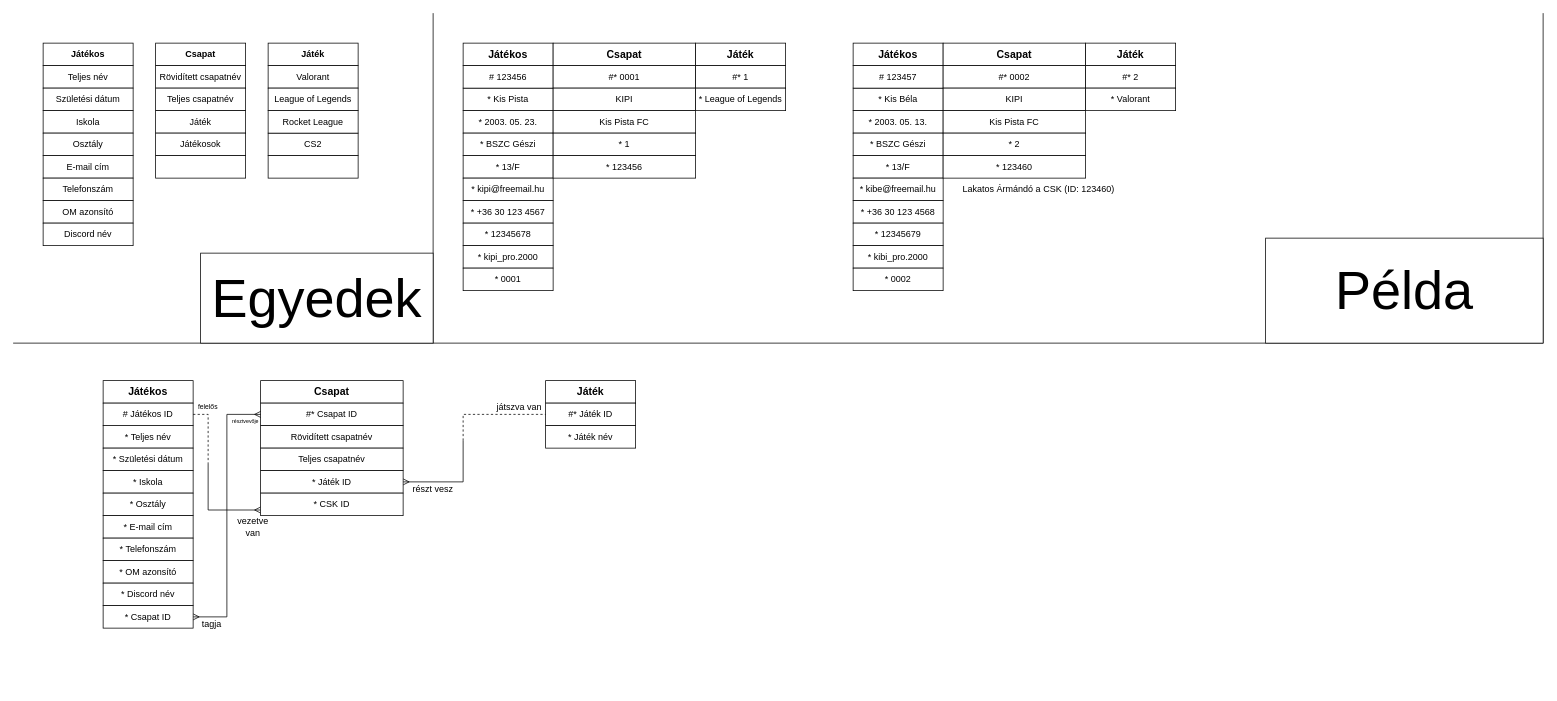
Above: Ötletek/egyedtipus_projekt.drawio in pofferencs/projekt_eslm (draw.io), before the change. Source tidied: cells renumbered, new cells numbered last; positions are measured from the earlier drawing's top-left corner, leaving out a move shared by most shapes. Both pictures are drawn from the tidied source at 75%, with x=0, y=0 at pixel (13, 13).
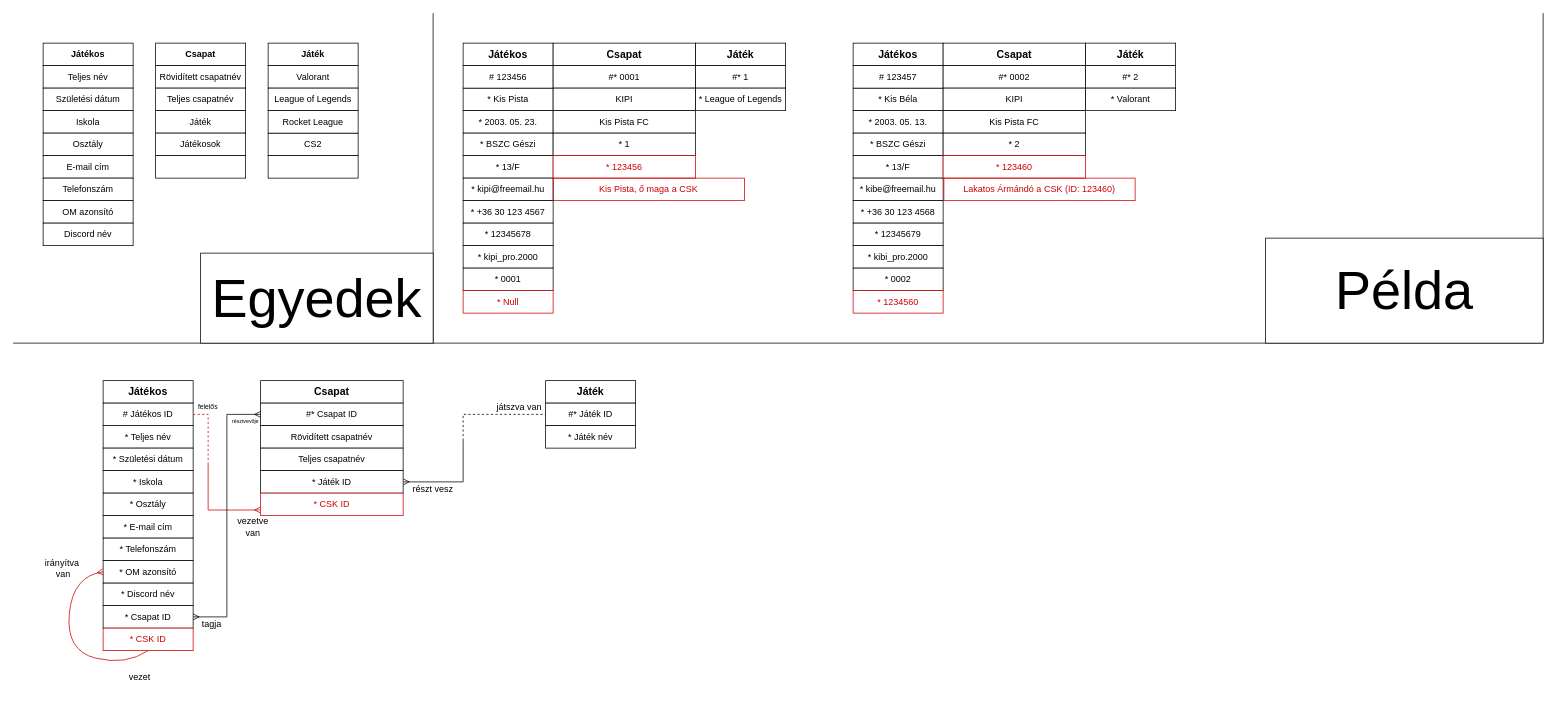
The same page after the edit.

Commit message:
Kérdéses dolgok kiemelése

The change refers to these unchanged cells:
```xml
<mxCell id="35" value="* OM azonsító" style="rounded=0;whiteSpace=wrap;html=1;" parent="1" vertex="1">
  <mxGeometry x="120" y="730" width="120" height="30" as="geometry" />
</mxCell>
<mxCell id="42" value="# Játékos ID" style="rounded=0;whiteSpace=wrap;html=1;" parent="1" vertex="1">
  <mxGeometry x="120" y="520" width="120" height="30" as="geometry" />
</mxCell>
```

Diff of the diagram source:
```diff
@@
-    <mxCell id="41" style="edgeStyle=orthogonalEdgeStyle;rounded=0;jettySize=auto;html=1;entryX=0;entryY=0.75;entryDx=0;entryDy=0;endArrow=ERmany;endFill=0;" parent="1" edge="1" target="90">
+    <mxCell id="41" style="edgeStyle=orthogonalEdgeStyle;rounded=0;jettySize=auto;html=1;entryX=0;entryY=0.75;entryDx=0;entryDy=0;endArrow=ERmany;endFill=0;strokeColor=#CC0000;" parent="1" edge="1" target="90">
       <mxGeometry relative="1" as="geometry">
         <mxPoint x="260" y="600" as="sourcePoint" />
         <Array as="points">
           <mxPoint x="260" y="663" />
         </Array>
       </mxGeometry>
     </mxCell>
@@
-    <mxCell id="89" value="* 123456" style="rounded=0;whiteSpace=wrap;html=1;" parent="1" vertex="1">
+    <mxCell id="89" value="* 123456" style="rounded=0;whiteSpace=wrap;html=1;strokeColor=#CC0000;fontColor=#CC0000;" parent="1" vertex="1">
       <mxGeometry x="720" y="190" width="190" height="30" as="geometry" />
     </mxCell>
-    <mxCell id="90" value="* CSK ID" style="rounded=0;whiteSpace=wrap;html=1;" parent="1" vertex="1">
+    <mxCell id="90" value="* CSK ID" style="rounded=0;whiteSpace=wrap;html=1;fontColor=#CC0000;strokeColor=#CC0000;" parent="1" vertex="1">
       <mxGeometry x="330" y="640" width="190" height="30" as="geometry" />
     </mxCell>
-    <mxCell id="91" value="* 123460" style="rounded=0;whiteSpace=wrap;html=1;" parent="1" vertex="1">
+    <mxCell id="91" value="* 123460" style="rounded=0;whiteSpace=wrap;html=1;strokeColor=#CC0000;fontColor=#CC0000;" parent="1" vertex="1">
       <mxGeometry x="1240" y="190" width="190" height="30" as="geometry" />
     </mxCell>
-    <mxCell id="92" value="Lakatos Ármándó a CSK (ID: 123460)" style="text;html=1;align=center;verticalAlign=middle;whiteSpace=wrap;rounded=0;" parent="1" vertex="1">
-      <mxGeometry x="1240" y="220" width="255" height="30" as="geometry" />
+    <mxCell id="92" value="Lakatos Ármándó a CSK (ID: 123460)" style="text;html=1;align=center;verticalAlign=middle;whiteSpace=wrap;rounded=0;strokeColor=#CC0000;fontColor=#CC0000;" parent="1" vertex="1">
+      <mxGeometry x="1241" y="220" width="255" height="30" as="geometry" />
     </mxCell>
@@
-    <mxCell id="99" style="endArrow=none;dashed=1;html=1;rounded=0;endFill=0;exitX=1;exitY=0.5;exitDx=0;exitDy=0;" parent="1" edge="1" source="42">
+    <mxCell id="99" style="endArrow=none;dashed=1;html=1;rounded=0;endFill=0;exitX=1;exitY=0.5;exitDx=0;exitDy=0;strokeColor=#CC0000;" parent="1" edge="1" source="42">
       <mxGeometry relative="1" as="geometry">
         <mxPoint x="260" y="600" as="targetPoint" />
         <Array as="points">
           <mxPoint x="260" y="535" />
         </Array>
       </mxGeometry>
     </mxCell>
+    <mxCell id="100" value="* CSK ID" style="rounded=0;whiteSpace=wrap;html=1;fontColor=#CC0000;strokeColor=#CC0000;" parent="1" vertex="1">
+      <mxGeometry x="120" y="820" width="120" height="30" as="geometry" />
+    </mxCell>
+    <mxCell id="101" style="endArrow=none;html=1;rounded=0;curved=1;entryX=0.5;entryY=1;entryDx=0;entryDy=0;exitX=0;exitY=0.5;exitDx=0;exitDy=0;endFill=0;startArrow=ERmany;startFill=0;strokeColor=#CC0000;" parent="1" edge="1" source="35" target="100">
+      <mxGeometry relative="1" as="geometry">
+        <Array as="points">
+          <mxPoint x="80" y="750" />
+          <mxPoint x="70" y="850" />
+          <mxPoint x="150" y="870" />
+        </Array>
+      </mxGeometry>
+    </mxCell>
+    <mxCell id="102" value="vezet&amp;nbsp;" style="text;html=1;align=center;verticalAlign=middle;strokeColor=none;fillColor=none;" parent="1" vertex="1">
+      <mxGeometry x="140" y="870" width="60" height="30" as="geometry" />
+    </mxCell>
+    <mxCell id="103" value="irányítva&lt;div&gt;&amp;nbsp;van&lt;/div&gt;" style="text;html=1;align=center;verticalAlign=middle;strokeColor=none;fillColor=none;" parent="1" vertex="1">
+      <mxGeometry x="30" y="720" width="70" height="40" as="geometry" />
+    </mxCell>
+    <mxCell id="104" value="* Null" style="rounded=0;whiteSpace=wrap;html=1;strokeColor=#CC0000;fontColor=#CC0000;" parent="1" vertex="1">
+      <mxGeometry x="600" y="370" width="120" height="30" as="geometry" />
+    </mxCell>
+    <mxCell id="105" value="* 1234560" style="rounded=0;whiteSpace=wrap;html=1;strokeColor=#CC0000;fontColor=#CC0000;" parent="1" vertex="1">
+      <mxGeometry x="1120" y="370" width="120" height="30" as="geometry" />
+    </mxCell>
+    <mxCell id="106" value="Kis Pista, ő maga a CSK" style="text;html=1;align=center;verticalAlign=middle;whiteSpace=wrap;rounded=0;strokeColor=#CC0000;fontColor=#CC0000;" parent="1" vertex="1">
+      <mxGeometry x="720" y="220" width="255" height="30" as="geometry" />
+    </mxCell>
```
